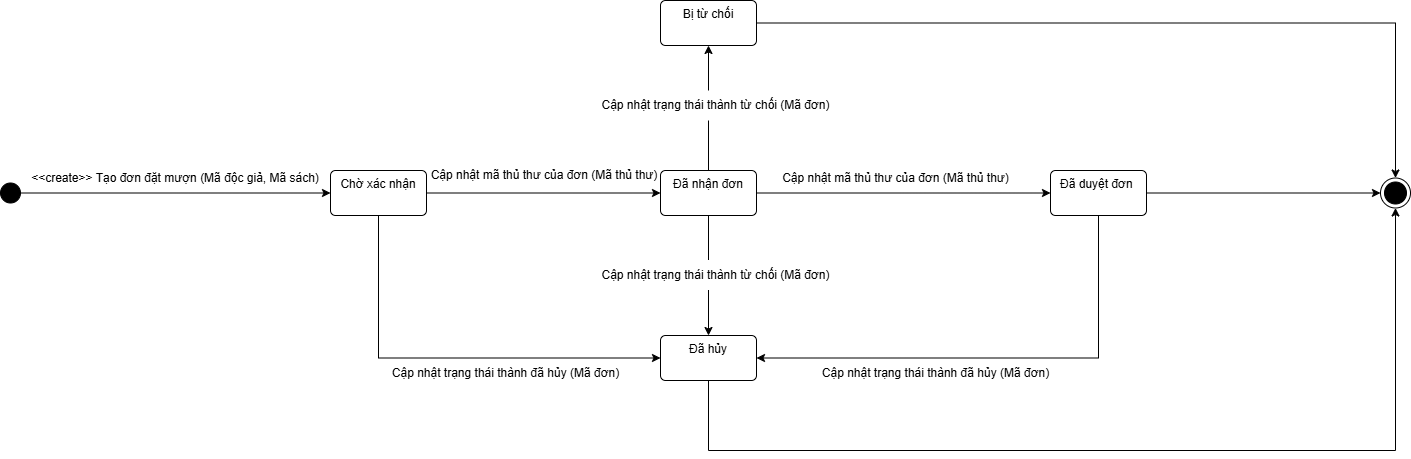
This is State Machine Diagram/UC Đặt mượn sách/Class Đơn đặt mượn.png from kimcuongdev/LibrarySystemAD, a draw.io export, as it was before one commit. Source tidied: cells renumbered, new cells last; positions are measured from the earlier drawing's top-left corner, leaving out a move shared by most shapes. Source of this version:
```xml
<mxGraphModel>
  <root>
    <mxCell id="0" />
    <mxCell id="1" parent="0" />
    <mxCell id="2" style="edgeStyle=orthogonalEdgeStyle;rounded=0;jettySize=auto;html=1;exitX=1;exitY=0.5;exitDx=0;exitDy=0;entryX=0;entryY=0.5;entryDx=0;entryDy=0;" parent="1" edge="1" source="3" target="6">
      <mxGeometry relative="1" as="geometry" />
    </mxCell>
    <mxCell id="3" style="ellipse;fillColor=strokeColor;html=1;" parent="1" vertex="1">
      <mxGeometry y="182.5" width="20" height="20" as="geometry" />
    </mxCell>
    <mxCell id="4" style="edgeStyle=orthogonalEdgeStyle;rounded=0;jettySize=auto;html=1;exitX=1;exitY=0.5;exitDx=0;exitDy=0;entryX=0;entryY=0.5;entryDx=0;entryDy=0;" parent="1" edge="1" source="6" target="12">
      <mxGeometry relative="1" as="geometry" />
    </mxCell>
    <mxCell id="5" style="edgeStyle=orthogonalEdgeStyle;rounded=0;jettySize=auto;html=1;exitX=0.5;exitY=1;exitDx=0;exitDy=0;entryX=0;entryY=0.5;entryDx=0;entryDy=0;" parent="1" edge="1" source="6" target="18">
      <mxGeometry relative="1" as="geometry" />
    </mxCell>
    <mxCell id="6" value="Chờ xác nhận" style="html=1;align=center;verticalAlign=top;rounded=1;absoluteArcSize=1;arcSize=10;dashed=0;whiteSpace=wrap;" parent="1" vertex="1">
      <mxGeometry x="330" y="170" width="96" height="45" as="geometry" />
    </mxCell>
    <mxCell id="7" value="&lt;span style=&quot;text-wrap-mode: nowrap;&quot;&gt;&amp;lt;&amp;lt;create&amp;gt;&amp;gt; Tạo đơn đặt mượn (Mã độc giả, Mã sách)&lt;/span&gt;" style="text;html=1;align=center;verticalAlign=middle;whiteSpace=wrap;rounded=0;" parent="1" vertex="1">
      <mxGeometry x="20" y="152.5" width="310" height="50" as="geometry" />
    </mxCell>
    <mxCell id="8" style="edgeStyle=orthogonalEdgeStyle;rounded=0;jettySize=auto;html=1;exitX=0.5;exitY=0;exitDx=0;exitDy=0;entryX=0.5;entryY=1;entryDx=0;entryDy=0;" parent="1" edge="1" source="12" target="14">
      <mxGeometry relative="1" as="geometry" />
    </mxCell>
    <mxCell id="9" style="edgeStyle=orthogonalEdgeStyle;rounded=0;jettySize=auto;html=1;exitX=0.5;exitY=1;exitDx=0;exitDy=0;entryX=1;entryY=0.5;entryDx=0;entryDy=0;" parent="1" edge="1" source="16" target="18">
      <mxGeometry relative="1" as="geometry" />
    </mxCell>
    <mxCell id="10" style="edgeStyle=orthogonalEdgeStyle;rounded=0;jettySize=auto;html=1;exitX=1;exitY=0.5;exitDx=0;exitDy=0;entryX=0;entryY=0.5;entryDx=0;entryDy=0;" parent="1" edge="1" source="12" target="16">
      <mxGeometry relative="1" as="geometry" />
    </mxCell>
    <mxCell id="11" style="edgeStyle=orthogonalEdgeStyle;rounded=0;jettySize=auto;html=1;exitX=0.5;exitY=1;exitDx=0;exitDy=0;entryX=0.5;entryY=0;entryDx=0;entryDy=0;" parent="1" edge="1" source="12" target="18">
      <mxGeometry relative="1" as="geometry" />
    </mxCell>
    <mxCell id="12" value="Đã nhận đơn" style="html=1;align=center;verticalAlign=top;rounded=1;absoluteArcSize=1;arcSize=10;dashed=0;whiteSpace=wrap;" parent="1" vertex="1">
      <mxGeometry x="660" y="170" width="96" height="45" as="geometry" />
    </mxCell>
    <mxCell id="13" style="edgeStyle=orthogonalEdgeStyle;rounded=0;jettySize=auto;html=1;exitX=1;exitY=0.5;exitDx=0;exitDy=0;" parent="1" edge="1" source="14" target="25">
      <mxGeometry relative="1" as="geometry" />
    </mxCell>
    <mxCell id="14" value="Bị từ chối" style="html=1;align=center;verticalAlign=top;rounded=1;absoluteArcSize=1;arcSize=10;dashed=0;whiteSpace=wrap;" parent="1" vertex="1">
      <mxGeometry x="660" width="96" height="45" as="geometry" />
    </mxCell>
    <mxCell id="15" style="edgeStyle=orthogonalEdgeStyle;rounded=0;jettySize=auto;html=1;exitX=1;exitY=0.5;exitDx=0;exitDy=0;entryX=0;entryY=0.5;entryDx=0;entryDy=0;" parent="1" edge="1" source="16" target="25">
      <mxGeometry relative="1" as="geometry" />
    </mxCell>
    <mxCell id="16" value="Đã duyệt đơn&amp;nbsp;" style="html=1;align=center;verticalAlign=top;rounded=1;absoluteArcSize=1;arcSize=10;dashed=0;whiteSpace=wrap;" parent="1" vertex="1">
      <mxGeometry x="1050" y="170" width="96" height="45" as="geometry" />
    </mxCell>
    <mxCell id="17" style="edgeStyle=orthogonalEdgeStyle;rounded=0;jettySize=auto;html=1;exitX=0.5;exitY=1;exitDx=0;exitDy=0;entryX=0.5;entryY=1;entryDx=0;entryDy=0;" parent="1" edge="1" source="18" target="25">
      <mxGeometry relative="1" as="geometry">
        <Array as="points">
          <mxPoint x="708" y="450" />
          <mxPoint x="1395" y="450" />
        </Array>
      </mxGeometry>
    </mxCell>
    <mxCell id="18" value="Đã hủy" style="html=1;align=center;verticalAlign=top;rounded=1;absoluteArcSize=1;arcSize=10;dashed=0;whiteSpace=wrap;" parent="1" vertex="1">
      <mxGeometry x="660" y="335" width="96" height="45" as="geometry" />
    </mxCell>
    <mxCell id="19" value="&lt;span style=&quot;text-wrap-mode: nowrap;&quot;&gt;Cập nhật mã thủ thư của đơn (Mã thủ thư)&lt;/span&gt;" style="text;html=1;align=center;verticalAlign=middle;whiteSpace=wrap;rounded=0;" parent="1" vertex="1">
      <mxGeometry x="514" y="160" width="60" height="30" as="geometry" />
    </mxCell>
    <mxCell id="20" value="Cập nhật mã thủ thư của đơn (Mã thủ thư)" style="text;html=1;align=center;verticalAlign=middle;strokeColor=none;fillColor=none;" parent="1" vertex="1">
      <mxGeometry x="770" y="162.5" width="250" height="30" as="geometry" />
    </mxCell>
    <mxCell id="21" value="Cập nhật trạng thái thành đã hủy (Mã đơn)" style="text;html=1;align=center;verticalAlign=middle;strokeColor=none;fillColor=none;" parent="1" vertex="1">
      <mxGeometry x="380" y="358" width="250" height="30" as="geometry" />
    </mxCell>
    <mxCell id="22" value="Cập nhật trạng thái thành đã hủy (Mã đơn)" style="text;html=1;align=center;verticalAlign=middle;strokeColor=none;fillColor=none;" parent="1" vertex="1">
      <mxGeometry x="810" y="358" width="250" height="30" as="geometry" />
    </mxCell>
    <mxCell id="23" value="Cập nhật trạng thái thành từ chối (Mã đơn)" style="text;html=1;align=center;verticalAlign=middle;strokeColor=none;fillColor=#FFFFFF;" parent="1" vertex="1">
      <mxGeometry x="590" y="90" width="250" height="30" as="geometry" />
    </mxCell>
    <mxCell id="24" value="Cập nhật trạng thái thành từ chối (Mã đơn)" style="text;html=1;align=center;verticalAlign=middle;strokeColor=none;fillColor=#FFFFFF;" parent="1" vertex="1">
      <mxGeometry x="590" y="259.5" width="250" height="30" as="geometry" />
    </mxCell>
    <mxCell id="25" style="ellipse;html=1;shape=endState;fillColor=strokeColor;" parent="1" vertex="1">
      <mxGeometry x="1380" y="177.5" width="30" height="30" as="geometry" />
    </mxCell>
  </root>
</mxGraphModel>
```
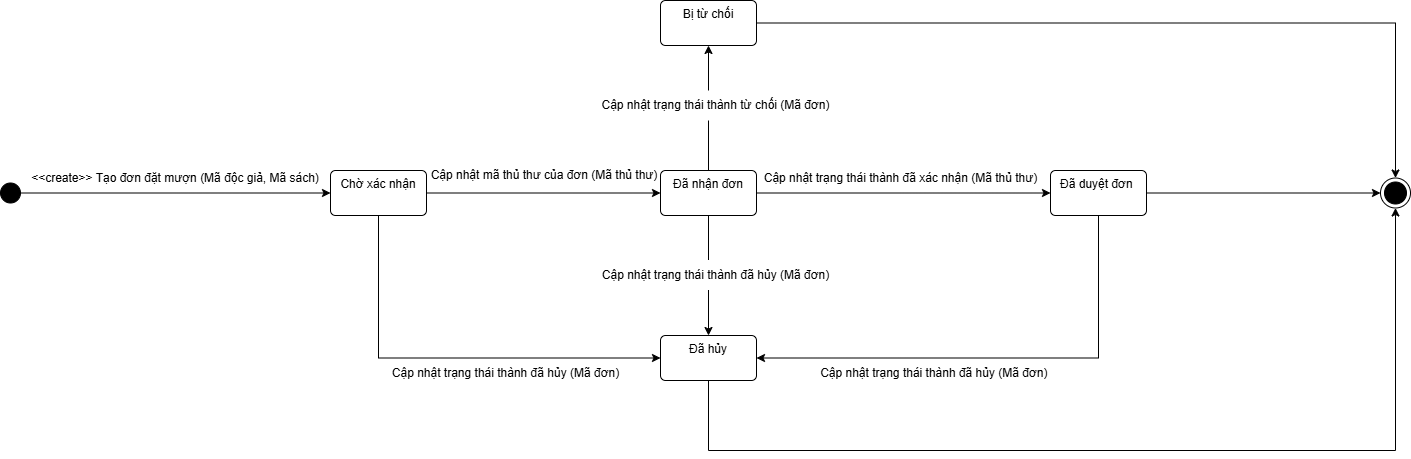
After the commit.

Commit message:
fix state machine

Change to the diagram source:
```diff
@@ -61,19 +61,19 @@
     <mxCell id="19" value="&lt;span style=&quot;text-wrap-mode: nowrap;&quot;&gt;Cập nhật mã thủ thư của đơn (Mã thủ thư)&lt;/span&gt;" style="text;html=1;align=center;verticalAlign=middle;whiteSpace=wrap;rounded=0;" parent="1" vertex="1">
       <mxGeometry x="514" y="160" width="60" height="30" as="geometry" />
     </mxCell>
-    <mxCell id="20" value="Cập nhật mã thủ thư của đơn (Mã thủ thư)" style="text;html=1;align=center;verticalAlign=middle;strokeColor=none;fillColor=none;" parent="1" vertex="1">
-      <mxGeometry x="770" y="162.5" width="250" height="30" as="geometry" />
+    <mxCell id="20" value="Cập nhật trạng thái thành đã xác nhận (Mã thủ thư)" style="text;html=1;align=center;verticalAlign=middle;strokeColor=none;fillColor=none;" parent="1" vertex="1">
+      <mxGeometry x="750" y="162.5" width="300" height="30" as="geometry" />
     </mxCell>
     <mxCell id="21" value="Cập nhật trạng thái thành đã hủy (Mã đơn)" style="text;html=1;align=center;verticalAlign=middle;strokeColor=none;fillColor=none;" parent="1" vertex="1">
       <mxGeometry x="380" y="358" width="250" height="30" as="geometry" />
     </mxCell>
-    <mxCell id="22" value="Cập nhật trạng thái thành đã hủy (Mã đơn)" style="text;html=1;align=center;verticalAlign=middle;strokeColor=none;fillColor=none;" parent="1" vertex="1">
+    <mxCell id="22" value="Cập nhật trạng thái thành đã hủy (Mã đơn)&amp;nbsp;" style="text;html=1;align=center;verticalAlign=middle;strokeColor=none;fillColor=none;" parent="1" vertex="1">
       <mxGeometry x="810" y="358" width="250" height="30" as="geometry" />
     </mxCell>
     <mxCell id="23" value="Cập nhật trạng thái thành từ chối (Mã đơn)" style="text;html=1;align=center;verticalAlign=middle;strokeColor=none;fillColor=#FFFFFF;" parent="1" vertex="1">
       <mxGeometry x="590" y="90" width="250" height="30" as="geometry" />
     </mxCell>
-    <mxCell id="24" value="Cập nhật trạng thái thành từ chối (Mã đơn)" style="text;html=1;align=center;verticalAlign=middle;strokeColor=none;fillColor=#FFFFFF;" parent="1" vertex="1">
+    <mxCell id="24" value="Cập nhật trạng thái thành đã hủy (Mã đơn)" style="text;html=1;align=center;verticalAlign=middle;strokeColor=none;fillColor=#FFFFFF;" parent="1" vertex="1">
       <mxGeometry x="590" y="259.5" width="250" height="30" as="geometry" />
     </mxCell>
     <mxCell id="25" style="ellipse;html=1;shape=endState;fillColor=strokeColor;" parent="1" vertex="1">
```
